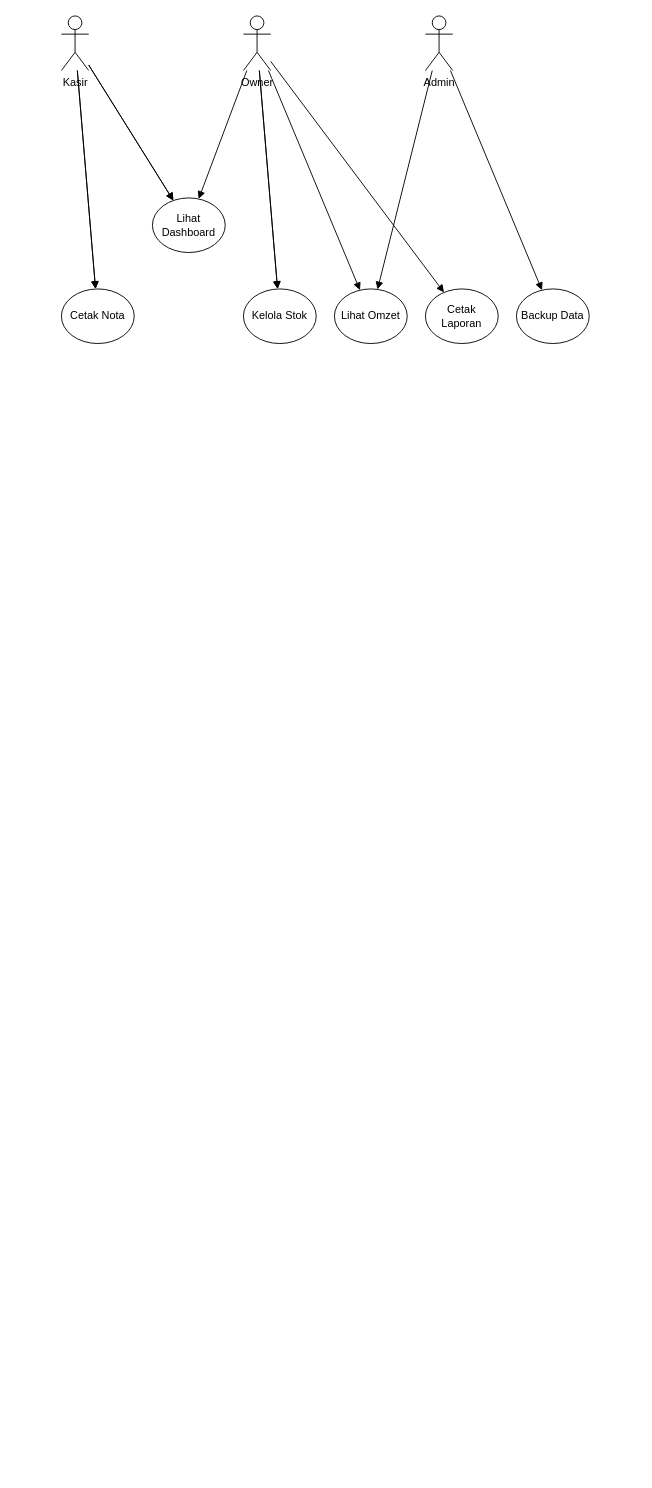
SatriaRidhoRamadana/PIPL---Web-Manajemen-Stok-Koperasi keeps this draw.io diagram as page "Use Case Diagram" (2 of 3) of docs/diagrams.drawio.xml. Above is the earlier version. Source tidied: cells renumbered, new cells numbered last; positions are measured from the earlier drawing's top-left corner, leaving out a move shared by most shapes. Both pictures are drawn from the tidied source at 91%, with x=0, y=0 at pixel (61, 15).
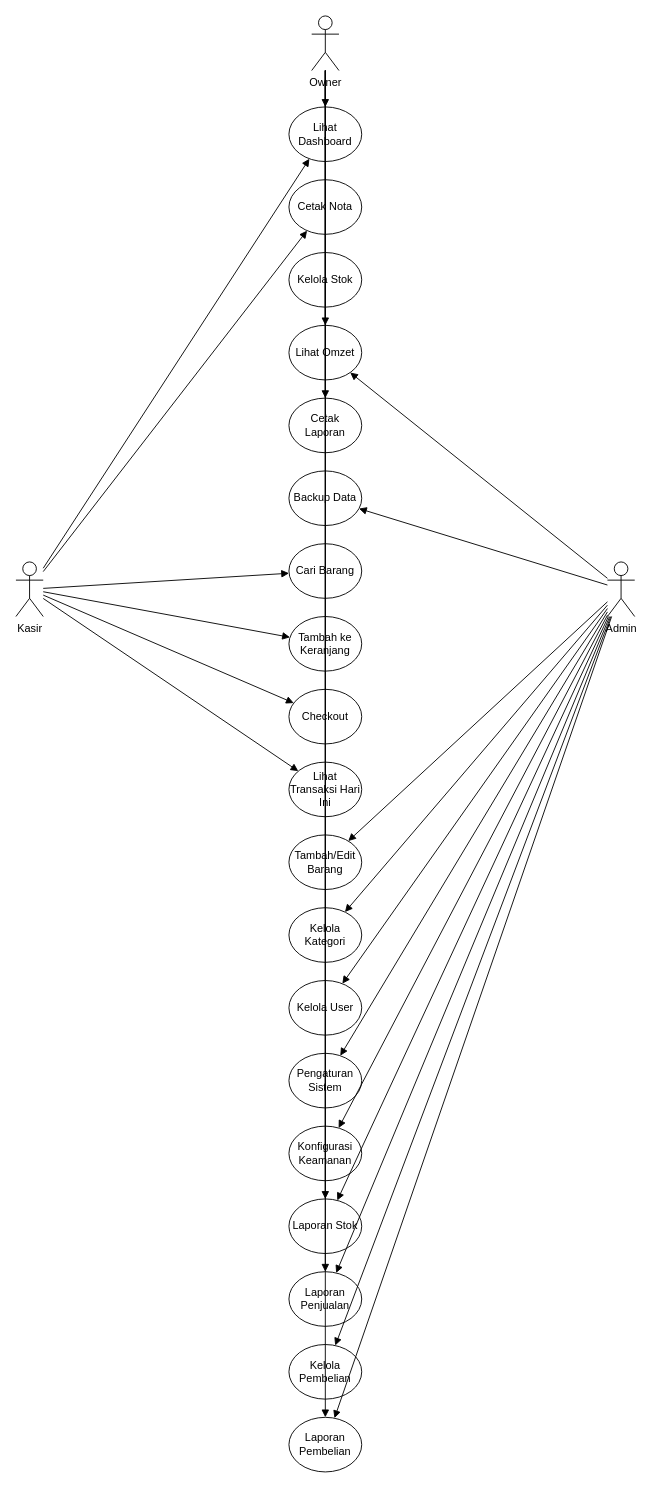
The same diagram, later.

The edit, as a diff of the source:
```diff
@@
     <mxCell id="2" value="Kasir" style="shape=umlActor;verticalLabelPosition=bottom;verticalAlign=top;html=1;outlineConnect=0;" parent="1" vertex="1">
-      <mxGeometry width="30" height="60" as="geometry" />
+      <mxGeometry x="-50" y="600" width="30" height="60" as="geometry" />
     </mxCell>
     <mxCell id="3" value="Owner" style="shape=umlActor;verticalLabelPosition=bottom;verticalAlign=top;html=1;outlineConnect=0;" parent="1" vertex="1">
-      <mxGeometry x="200" width="30" height="60" as="geometry" />
+      <mxGeometry x="275" width="30" height="60" as="geometry" />
     </mxCell>
     <mxCell id="4" value="Admin" style="shape=umlActor;verticalLabelPosition=bottom;verticalAlign=top;html=1;outlineConnect=0;" parent="1" vertex="1">
-      <mxGeometry x="400" width="30" height="60" as="geometry" />
+      <mxGeometry x="600" y="600" width="30" height="60" as="geometry" />
     </mxCell>
     <mxCell id="5" value="Lihat Dashboard" style="ellipse;whiteSpace=wrap;html=1;" parent="1" vertex="1">
-      <mxGeometry x="100" y="200" width="80" height="60" as="geometry" />
+      <mxGeometry x="250" y="100" width="80" height="60" as="geometry" />
     </mxCell>
     <mxCell id="6" value="Cetak Nota" style="ellipse;whiteSpace=wrap;html=1;" parent="1" vertex="1">
-      <mxGeometry y="300" width="80" height="60" as="geometry" />
+      <mxGeometry x="250" y="180" width="80" height="60" as="geometry" />
     </mxCell>
     <mxCell id="7" value="Kelola Stok" style="ellipse;whiteSpace=wrap;html=1;" parent="1" vertex="1">
-      <mxGeometry x="200" y="300" width="80" height="60" as="geometry" />
+      <mxGeometry x="250" y="260" width="80" height="60" as="geometry" />
     </mxCell>
     <mxCell id="8" value="Lihat Omzet" style="ellipse;whiteSpace=wrap;html=1;" parent="1" vertex="1">
-      <mxGeometry x="300" y="300" width="80" height="60" as="geometry" />
+      <mxGeometry x="250" y="340" width="80" height="60" as="geometry" />
     </mxCell>
     <mxCell id="9" value="Cetak Laporan" style="ellipse;whiteSpace=wrap;html=1;" parent="1" vertex="1">
-      <mxGeometry x="400" y="300" width="80" height="60" as="geometry" />
+      <mxGeometry x="250" y="420" width="80" height="60" as="geometry" />
     </mxCell>
     <mxCell id="10" value="Backup Data" style="ellipse;whiteSpace=wrap;html=1;" parent="1" vertex="1">
-      <mxGeometry x="500" y="300" width="80" height="60" as="geometry" />
+      <mxGeometry x="250" y="500" width="80" height="60" as="geometry" />
     </mxCell>
+    <mxCell id="22" value="Cari Barang" style="ellipse;whiteSpace=wrap;html=1;" parent="1" vertex="1">
+      <mxGeometry x="250" y="580" width="80" height="60" as="geometry" />
+    </mxCell>
+    <mxCell id="23" value="Tambah ke Keranjang" style="ellipse;whiteSpace=wrap;html=1;" parent="1" vertex="1">
+      <mxGeometry x="250" y="660" width="80" height="60" as="geometry" />
+    </mxCell>
+    <mxCell id="24" value="Checkout" style="ellipse;whiteSpace=wrap;html=1;" parent="1" vertex="1">
+      <mxGeometry x="250" y="740" width="80" height="60" as="geometry" />
+    </mxCell>
+    <mxCell id="25" value="Lihat Transaksi Hari Ini" style="ellipse;whiteSpace=wrap;html=1;" parent="1" vertex="1">
+      <mxGeometry x="250" y="820" width="80" height="60" as="geometry" />
+    </mxCell>
+    <mxCell id="26" value="Tambah/Edit Barang" style="ellipse;whiteSpace=wrap;html=1;" parent="1" vertex="1">
+      <mxGeometry x="250" y="900" width="80" height="60" as="geometry" />
+    </mxCell>
+    <mxCell id="27" value="Kelola Kategori" style="ellipse;whiteSpace=wrap;html=1;" parent="1" vertex="1">
+      <mxGeometry x="250" y="980" width="80" height="60" as="geometry" />
+    </mxCell>
+    <mxCell id="28" value="Kelola User" style="ellipse;whiteSpace=wrap;html=1;" parent="1" vertex="1">
+      <mxGeometry x="250" y="1060" width="80" height="60" as="geometry" />
+    </mxCell>
+    <mxCell id="29" value="Pengaturan Sistem" style="ellipse;whiteSpace=wrap;html=1;" parent="1" vertex="1">
+      <mxGeometry x="250" y="1140" width="80" height="60" as="geometry" />
+    </mxCell>
+    <mxCell id="30" value="Konfigurasi Keamanan" style="ellipse;whiteSpace=wrap;html=1;" parent="1" vertex="1">
+      <mxGeometry x="250" y="1220" width="80" height="60" as="geometry" />
+    </mxCell>
+    <mxCell id="31" value="Laporan Stok" style="ellipse;whiteSpace=wrap;html=1;" parent="1" vertex="1">
+      <mxGeometry x="250" y="1300" width="80" height="60" as="geometry" />
+    </mxCell>
+    <mxCell id="32" value="Laporan Penjualan" style="ellipse;whiteSpace=wrap;html=1;" parent="1" vertex="1">
+      <mxGeometry x="250" y="1380" width="80" height="60" as="geometry" />
+    </mxCell>
+    <mxCell id="33" value="Kelola Pembelian" style="ellipse;whiteSpace=wrap;html=1;" parent="1" vertex="1">
+      <mxGeometry x="250" y="1460" width="80" height="60" as="geometry" />
+    </mxCell>
+    <mxCell id="34" value="Laporan Pembelian" style="ellipse;whiteSpace=wrap;html=1;" parent="1" vertex="1">
+      <mxGeometry x="250" y="1540" width="80" height="60" as="geometry" />
+    </mxCell>
@@
-    <mxCell id="14" style="endArrow=block;html=1;endFill=1;" parent="1" edge="1" source="3" target="7">
-      <mxGeometry relative="1" as="geometry" />
-    </mxCell>
-    <mxCell id="15" style="endArrow=block;html=1;endFill=1;" parent="1" edge="1" source="2" target="5">
-      <mxGeometry relative="1" as="geometry" />
-    </mxCell>
-    <mxCell id="16" style="endArrow=block;html=1;endFill=1;" parent="1" edge="1" source="2" target="6">
-      <mxGeometry relative="1" as="geometry" />
-    </mxCell>
-    <mxCell id="17" style="endArrow=block;html=1;endFill=1;" parent="1" edge="1" source="3" target="7">
-      <mxGeometry relative="1" as="geometry" />
-    </mxCell>
@@
+    <mxCell id="35" style="endArrow=block;html=1;endFill=1;" parent="1" edge="1" source="2" target="22">
+      <mxGeometry relative="1" as="geometry" />
+    </mxCell>
+    <mxCell id="36" style="endArrow=block;html=1;endFill=1;" parent="1" edge="1" source="2" target="23">
+      <mxGeometry relative="1" as="geometry" />
+    </mxCell>
+    <mxCell id="37" style="endArrow=block;html=1;endFill=1;" parent="1" edge="1" source="2" target="24">
+      <mxGeometry relative="1" as="geometry" />
+    </mxCell>
+    <mxCell id="38" style="endArrow=block;html=1;endFill=1;" parent="1" edge="1" source="2" target="25">
+      <mxGeometry relative="1" as="geometry" />
+    </mxCell>
+    <mxCell id="39" style="endArrow=block;html=1;endFill=1;" parent="1" edge="1" source="3" target="31">
+      <mxGeometry relative="1" as="geometry" />
+    </mxCell>
+    <mxCell id="40" style="endArrow=block;html=1;endFill=1;" parent="1" edge="1" source="3" target="32">
+      <mxGeometry relative="1" as="geometry" />
+    </mxCell>
+    <mxCell id="41" style="endArrow=block;html=1;endFill=1;" parent="1" edge="1" source="4" target="26">
+      <mxGeometry relative="1" as="geometry" />
+    </mxCell>
+    <mxCell id="42" style="endArrow=block;html=1;endFill=1;" parent="1" edge="1" source="4" target="27">
+      <mxGeometry relative="1" as="geometry" />
+    </mxCell>
+    <mxCell id="43" style="endArrow=block;html=1;endFill=1;" parent="1" edge="1" source="4" target="28">
+      <mxGeometry relative="1" as="geometry" />
+    </mxCell>
+    <mxCell id="44" style="endArrow=block;html=1;endFill=1;" parent="1" edge="1" source="4" target="29">
+      <mxGeometry relative="1" as="geometry" />
+    </mxCell>
+    <mxCell id="45" style="endArrow=block;html=1;endFill=1;" parent="1" edge="1" source="4" target="30">
+      <mxGeometry relative="1" as="geometry" />
+    </mxCell>
+    <mxCell id="46" style="endArrow=block;html=1;endFill=1;" parent="1" edge="1" source="4" target="31">
+      <mxGeometry relative="1" as="geometry" />
+    </mxCell>
+    <mxCell id="47" style="endArrow=block;html=1;endFill=1;" parent="1" edge="1" source="4" target="32">
+      <mxGeometry relative="1" as="geometry" />
+    </mxCell>
+    <mxCell id="48" style="endArrow=block;html=1;endFill=1;" parent="1" edge="1" source="4" target="33">
+      <mxGeometry relative="1" as="geometry" />
+    </mxCell>
+    <mxCell id="49" style="endArrow=block;html=1;endFill=1;" parent="1" edge="1" source="3" target="34">
+      <mxGeometry relative="1" as="geometry" />
+    </mxCell>
+    <mxCell id="50" style="endArrow=block;html=1;endFill=1;" parent="1" edge="1" source="4" target="34">
+      <mxGeometry relative="1" as="geometry" />
+    </mxCell>
```
